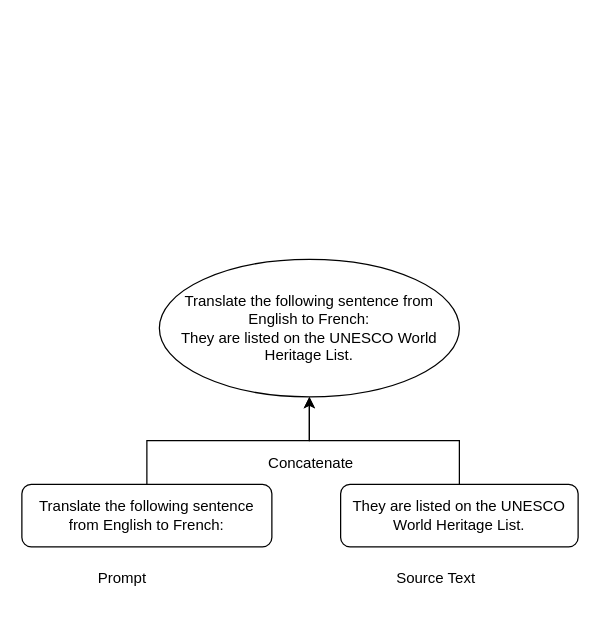
Earlier version of the draw.io diagram zero-shot.drawio (babangain/drawio). Source tidied: cells renumbered, new cells numbered last; positions are measured from the earlier drawing's top-left corner, leaving out a move shared by most shapes. Both pictures are drawn from the tidied source at 125%, with x=0, y=0 at pixel (21, 259).
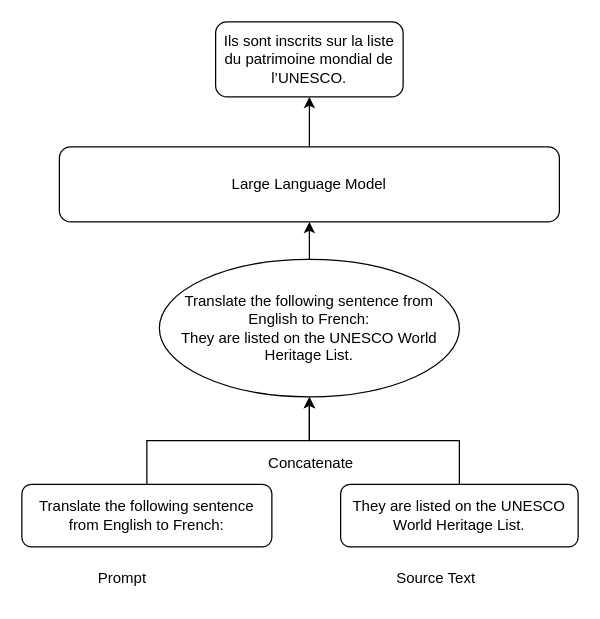
The same page after the edit.

Change to the diagram source:
```diff
@@
 <mxGraphModel>
   <root>
     <mxCell id="0" />
     <mxCell id="1" parent="0" />
     <mxCell id="2" style="edgeStyle=orthogonalEdgeStyle;rounded=0;jettySize=auto;html=1;" parent="1" edge="1" source="3" target="6">
       <mxGeometry relative="1" as="geometry" />
     </mxCell>
     <mxCell id="3" value="&lt;span style=&quot;color: rgb(0, 0, 0); font-weight: 400; font-style: normal; font-kerning: normal;&quot; class=&quot;OYPEnA font-feature-liga-off font-feature-clig-off font-feature-calt-off text-decoration-none text-strikethrough-none&quot;&gt;Translate the following sentence from English to French:&lt;/span&gt;" style="rounded=1;whiteSpace=wrap;html=1;" parent="1" vertex="1">
       <mxGeometry y="180" width="200" height="50" as="geometry" />
     </mxCell>
     <mxCell id="4" style="edgeStyle=orthogonalEdgeStyle;rounded=0;jettySize=auto;html=1;" parent="1" edge="1" source="5" target="6">
       <mxGeometry relative="1" as="geometry" />
     </mxCell>
     <mxCell id="5" value="&lt;span style=&quot;color: rgb(0, 0, 0); font-weight: 400; font-style: normal; font-kerning: normal;&quot; class=&quot;OYPEnA font-feature-liga-off font-feature-clig-off font-feature-calt-off text-decoration-none text-strikethrough-none&quot;&gt;They are listed on the UNESCO World Heritage List.&lt;/span&gt;" style="rounded=1;whiteSpace=wrap;html=1;" parent="1" vertex="1">
       <mxGeometry x="255" y="180" width="190" height="50" as="geometry" />
     </mxCell>
+    <mxCell id="10" style="edgeStyle=orthogonalEdgeStyle;rounded=0;jettySize=auto;html=1;" parent="1" edge="1" source="6" target="12">
+      <mxGeometry relative="1" as="geometry" />
+    </mxCell>
     <mxCell id="6" value="Translate the following sentence from English to French:&lt;br&gt;They are listed on the UNESCO World Heritage List." style="ellipse;whiteSpace=wrap;html=1;" parent="1" vertex="1">
       <mxGeometry x="110" width="240" height="110" as="geometry" />
     </mxCell>
     <mxCell id="7" value="Prompt" style="text;html=1;align=center;verticalAlign=middle;strokeColor=none;fillColor=none;" parent="1" vertex="1">
       <mxGeometry x="50" y="240" width="60" height="30" as="geometry" />
     </mxCell>
     <mxCell id="8" value="&lt;div&gt;Source Text&lt;/div&gt;" style="text;html=1;align=center;verticalAlign=middle;strokeColor=none;fillColor=none;" parent="1" vertex="1">
       <mxGeometry x="286" y="240" width="90" height="30" as="geometry" />
     </mxCell>
     <mxCell id="9" value="Concatenate" style="text;html=1;align=center;verticalAlign=middle;strokeColor=none;fillColor=none;" parent="1" vertex="1">
       <mxGeometry x="186" y="148" width="90" height="30" as="geometry" />
     </mxCell>
+    <mxCell id="11" style="edgeStyle=orthogonalEdgeStyle;rounded=0;jettySize=auto;html=1;" parent="1" edge="1" source="12" target="13">
+      <mxGeometry relative="1" as="geometry" />
+    </mxCell>
+    <mxCell id="12" value="Large Language Model" style="rounded=1;whiteSpace=wrap;html=1;" parent="1" vertex="1">
+      <mxGeometry x="30" y="-90" width="400" height="60" as="geometry" />
+    </mxCell>
+    <mxCell id="13" value="&lt;div class=&quot;line-clamp-2&quot;&gt;&lt;div dir=&quot;auto&quot; class=&quot;&quot;&gt;&lt;span class=&quot;&quot;&gt;Ils sont inscrits sur la liste du patrimoine mondial de l’UNESCO.&lt;/span&gt;&lt;/div&gt;&lt;/div&gt;" style="whiteSpace=wrap;html=1;rounded=1;" parent="1" vertex="1">
+      <mxGeometry x="155" y="-190" width="150" height="60" as="geometry" />
+    </mxCell>
   </root>
 </mxGraphModel>
```
